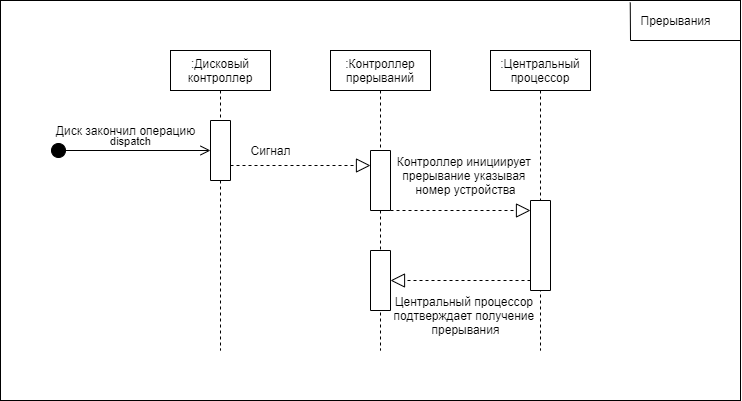
The draw.io diagram UML diagrams Research-Methodology/диаграмма последовательности.drawio.png in TKarina/UML, before a commit. Source tidied: cells renumbered, new cells last; positions are measured from the earlier drawing's top-left corner, leaving out a move shared by most shapes.
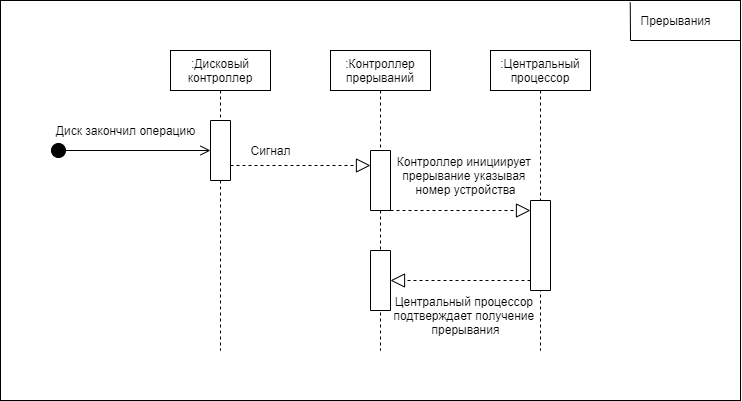
The same diagram one commit later.

What changed in the source:
```diff
@@ -65,7 +65,7 @@
         </Array>
       </mxGeometry>
     </mxCell>
-    <mxCell id="19" value="dispatch" style="html=1;verticalAlign=bottom;startArrow=circle;startFill=1;endArrow=open;startSize=6;endSize=8;rounded=0;entryX=0.5;entryY=1;entryDx=0;entryDy=0;" parent="1" edge="1" target="4">
+    <mxCell id="19" style="html=1;verticalAlign=bottom;startArrow=circle;startFill=1;endArrow=open;startSize=6;endSize=8;rounded=0;entryX=0.5;entryY=1;entryDx=0;entryDy=0;" parent="1" edge="1" target="4">
       <mxGeometry relative="1" as="geometry">
         <mxPoint x="50" y="150" as="sourcePoint" />
       </mxGeometry>
```
